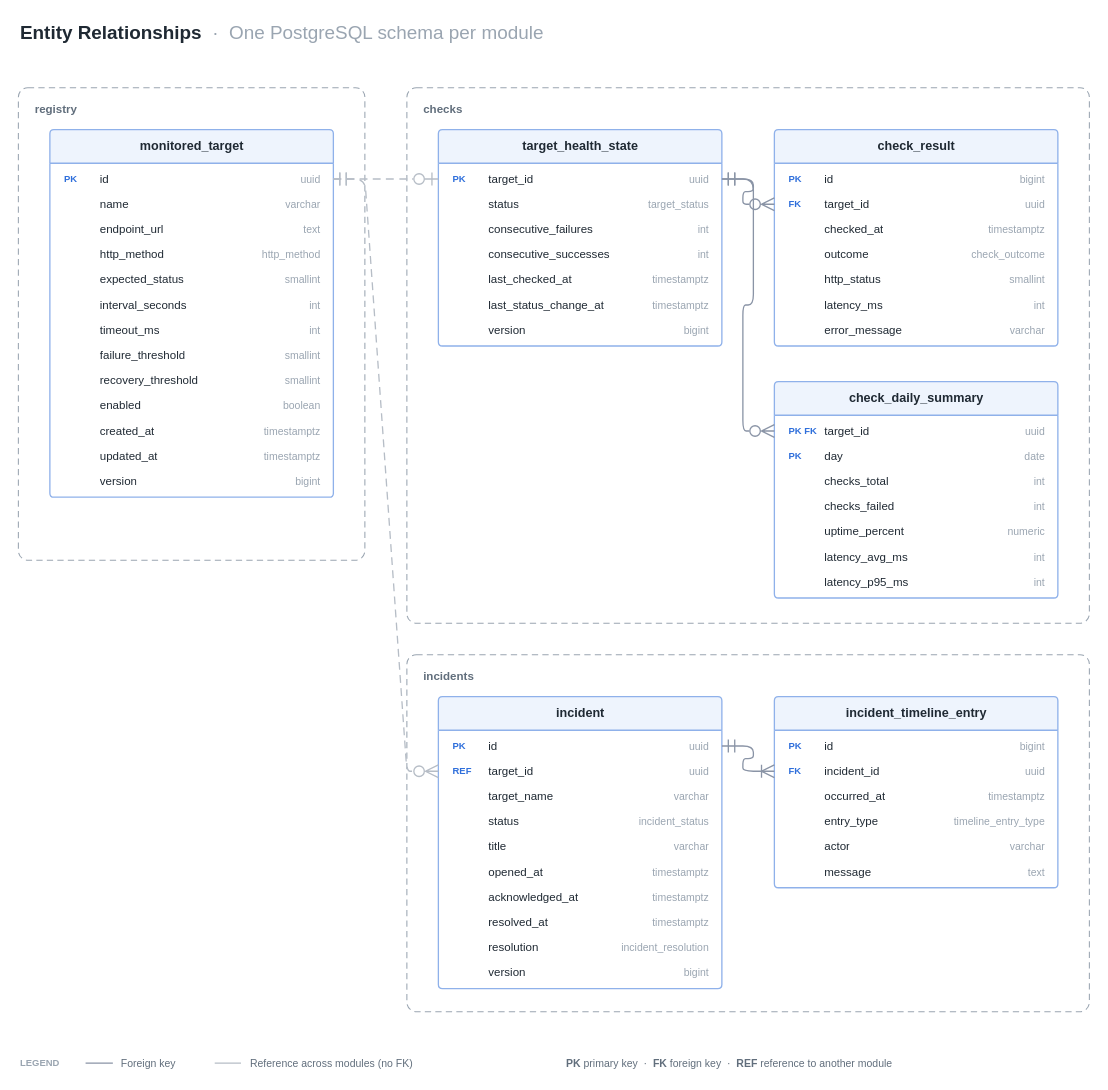
nebadesmondc/pulsiris keeps this draw.io diagram as docs/architecture/04-erd.drawio. Above is the earlier version. Source tidied: cells renumbered, new cells numbered last; positions are measured from the earlier drawing's top-left corner, leaving out a move shared by most shapes. Both pictures are drawn from the tidied source at 105%, with x=0, y=0 at pixel (18, 18).
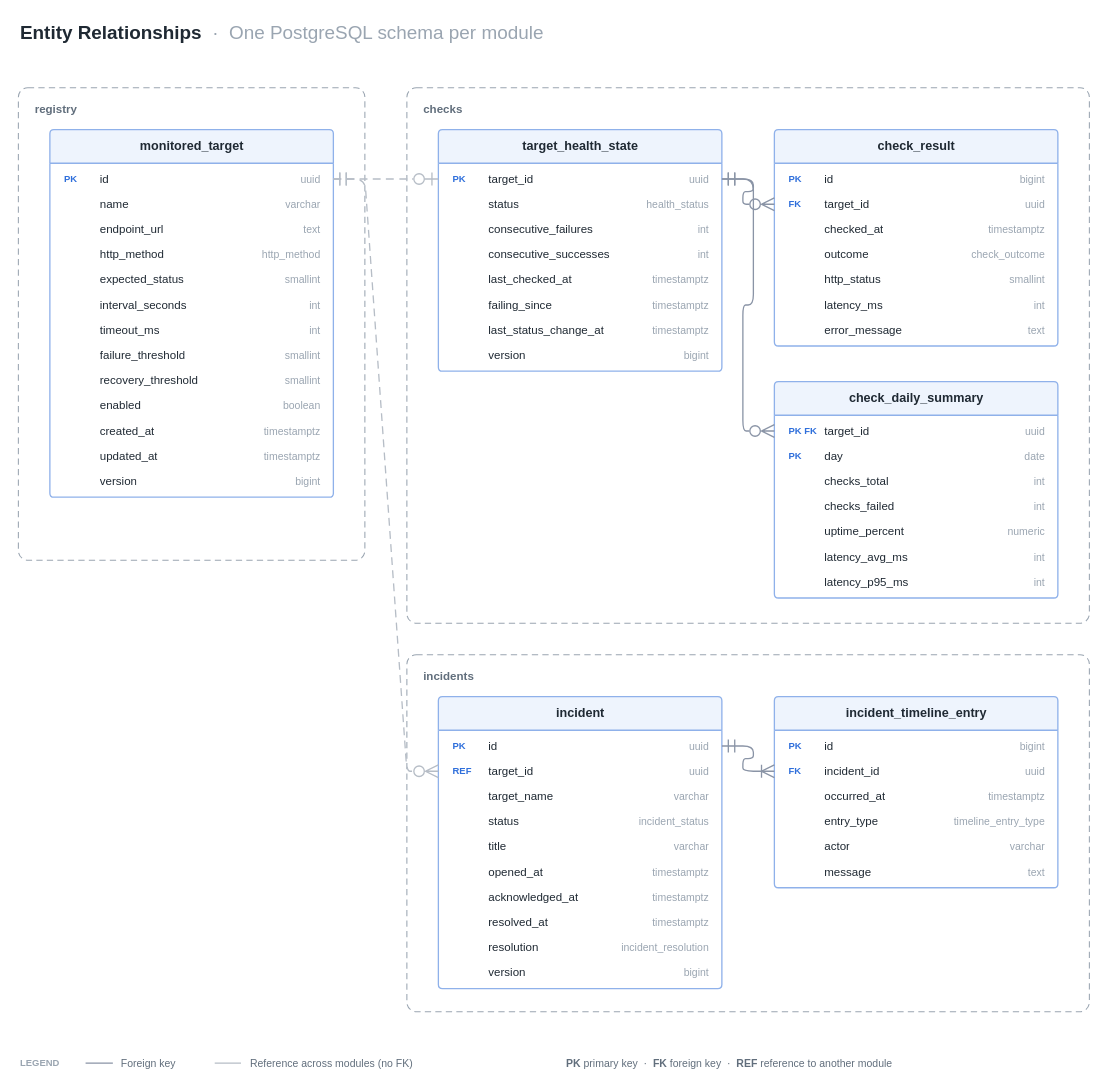
The same diagram, later.

Commit message (it also covers changes not shown here):
Update architecture docs for health checks

Unchanged cells that the change refers to:
```xml
<mxCell id="50" value="check_result" style="fontFamily=Helvetica;swimlane;horizontal=1;startSize=32;html=1;fontSize=12;fontStyle=1;fontColor=#1F2933;fillColor=#EEF4FD;strokeColor=#8FB1EA;swimlaneFillColor=#FFFFFF;strokeWidth=1.25;rounded=1;arcSize=4;" parent="1" vertex="1">
  <mxGeometry x="720" y="106" width="270" height="206" as="geometry" />
</mxCell>
```

Change to the diagram source:
```diff
@@
     <mxCell id="34" value="target_health_state" style="fontFamily=Helvetica;swimlane;horizontal=1;startSize=32;html=1;fontSize=12;fontStyle=1;fontColor=#1F2933;fillColor=#EEF4FD;strokeColor=#8FB1EA;swimlaneFillColor=#FFFFFF;strokeWidth=1.25;rounded=1;arcSize=4;" parent="1" vertex="1">
-      <mxGeometry x="400" y="106" width="270" height="206" as="geometry" />
+      <mxGeometry x="400" y="106" width="270" height="230" as="geometry" />
     </mxCell>
@@
-    <mxCell id="39" value="target_status" style="fontFamily=Helvetica;text;html=1;align=left;verticalAlign=middle;whiteSpace=wrap;strokeColor=none;fillColor=none;fontColor=#616E7C;fontSize=11;fontSize=10;align=right;fontColor=#9AA5B1;" parent="34" vertex="1">
+    <mxCell id="39" value="health_status" style="fontFamily=Helvetica;text;html=1;align=left;verticalAlign=middle;whiteSpace=wrap;strokeColor=none;fillColor=none;fontColor=#616E7C;fontSize=11;fontSize=10;align=right;fontColor=#9AA5B1;" parent="34" vertex="1">
       <mxGeometry x="140" y="59" width="120" height="24" as="geometry" />
     </mxCell>
@@
     <mxCell id="46" value="last_status_change_at" style="fontFamily=Helvetica;text;html=1;strokeColor=none;fillColor=none;align=left;verticalAlign=middle;spacingLeft=10;spacingRight=10;overflow=hidden;fontSize=11;spacingLeft=46;fontColor=#1F2933;" parent="34" vertex="1">
-      <mxGeometry y="155" width="270" height="24" as="geometry" />
+      <mxGeometry y="179" width="270" height="24" as="geometry" />
     </mxCell>
     <mxCell id="47" value="timestamptz" style="fontFamily=Helvetica;text;html=1;align=left;verticalAlign=middle;whiteSpace=wrap;strokeColor=none;fillColor=none;fontColor=#616E7C;fontSize=11;fontSize=10;align=right;fontColor=#9AA5B1;" parent="34" vertex="1">
-      <mxGeometry x="140" y="155" width="120" height="24" as="geometry" />
+      <mxGeometry x="140" y="179" width="120" height="24" as="geometry" />
     </mxCell>
     <mxCell id="48" value="version" style="fontFamily=Helvetica;text;html=1;strokeColor=none;fillColor=none;align=left;verticalAlign=middle;spacingLeft=10;spacingRight=10;overflow=hidden;fontSize=11;spacingLeft=46;fontColor=#1F2933;" parent="34" vertex="1">
-      <mxGeometry y="179" width="270" height="24" as="geometry" />
+      <mxGeometry y="203" width="270" height="24" as="geometry" />
     </mxCell>
     <mxCell id="49" value="bigint" style="fontFamily=Helvetica;text;html=1;align=left;verticalAlign=middle;whiteSpace=wrap;strokeColor=none;fillColor=none;fontColor=#616E7C;fontSize=11;fontSize=10;align=right;fontColor=#9AA5B1;" parent="34" vertex="1">
-      <mxGeometry x="140" y="179" width="120" height="24" as="geometry" />
+      <mxGeometry x="140" y="203" width="120" height="24" as="geometry" />
     </mxCell>
@@
-    <mxCell id="66" value="varchar" style="fontFamily=Helvetica;text;html=1;align=left;verticalAlign=middle;whiteSpace=wrap;strokeColor=none;fillColor=none;fontColor=#616E7C;fontSize=11;fontSize=10;align=right;fontColor=#9AA5B1;" parent="50" vertex="1">
+    <mxCell id="66" value="text" style="fontFamily=Helvetica;text;html=1;align=left;verticalAlign=middle;whiteSpace=wrap;strokeColor=none;fillColor=none;fontColor=#616E7C;fontSize=11;fontSize=10;align=right;fontColor=#9AA5B1;" parent="50" vertex="1">
       <mxGeometry x="140" y="179" width="120" height="24" as="geometry" />
     </mxCell>
@@
+    <mxCell id="133" value="failing_since" style="fontFamily=Helvetica;text;html=1;strokeColor=none;fillColor=none;align=left;verticalAlign=middle;spacingLeft=10;spacingRight=10;overflow=hidden;fontSize=11;spacingLeft=46;fontColor=#1F2933;" parent="34" vertex="1">
+      <mxGeometry y="155" width="270" height="24" as="geometry" />
+    </mxCell>
+    <mxCell id="134" value="timestamptz" style="fontFamily=Helvetica;text;html=1;align=left;verticalAlign=middle;whiteSpace=wrap;strokeColor=none;fillColor=none;fontColor=#616E7C;fontSize=11;fontSize=10;align=right;fontColor=#9AA5B1;" parent="34" vertex="1">
+      <mxGeometry x="140" y="155" width="120" height="24" as="geometry" />
+    </mxCell>
```
